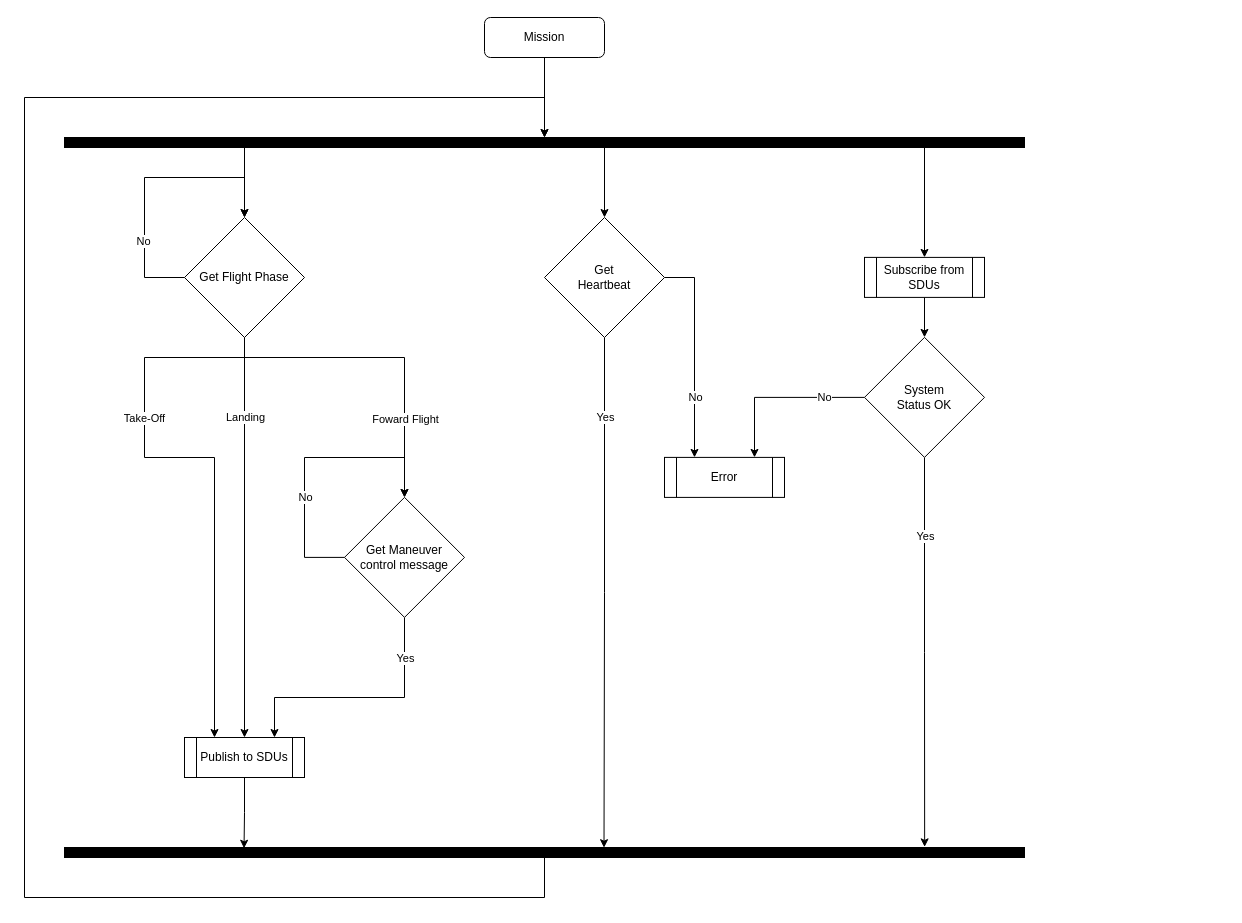
The draw.io diagram page "MDU_MISSION" (4 of 11) of MESCC/2nd_year/2nd_semester/system_diagram.drawio in carlosrijo9/ISEP, before the edit. Source tidied: cells renumbered, new cells numbered last; positions are measured from the earlier drawing's top-left corner, leaving out a move shared by most shapes. Both pictures are drawn from the tidied source at 100%, with x=0, y=0 at pixel (24, 17).
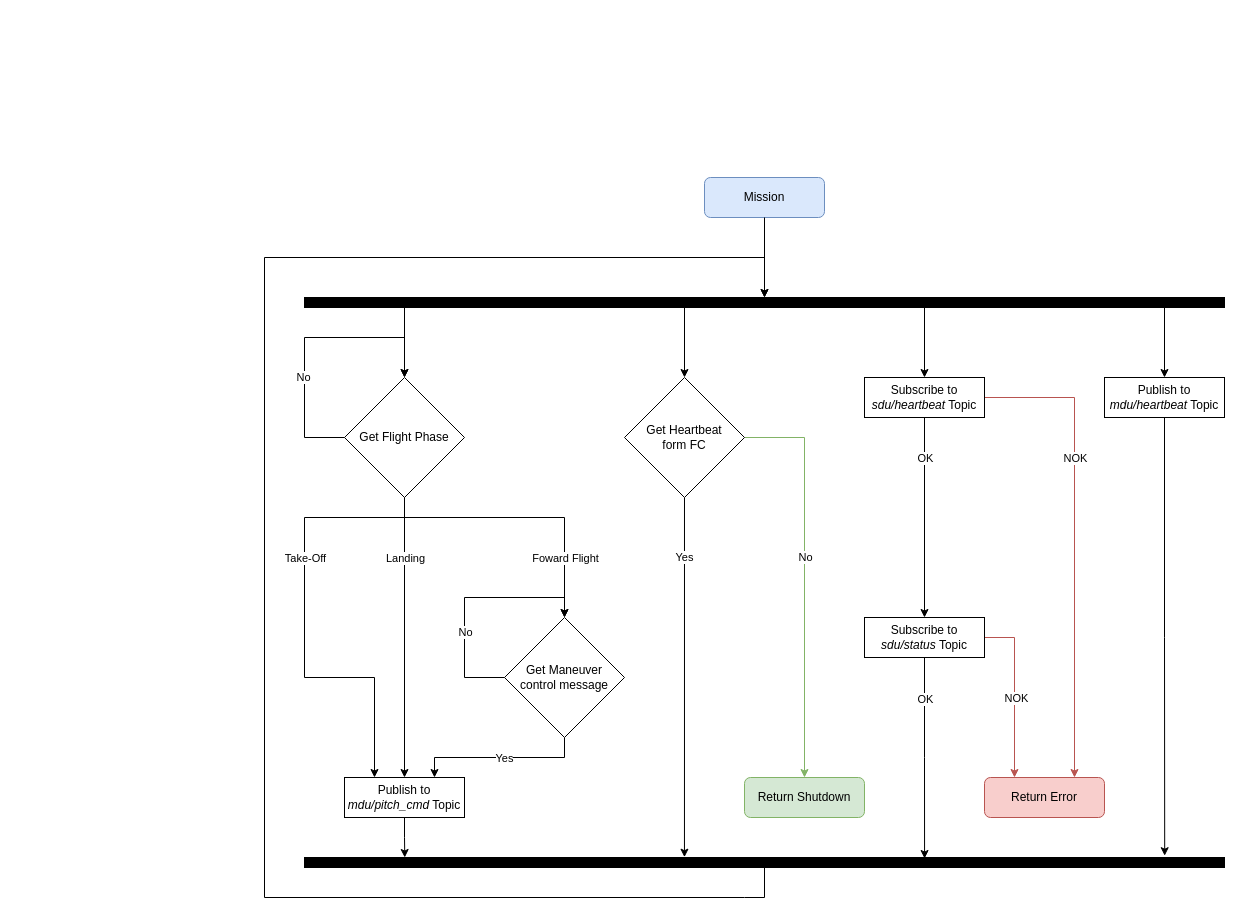
The same page after the edit.

The edit, as a diff of the source:
```diff
@@
-    <mxCell id="2" style="edgeStyle=orthogonalEdgeStyle;rounded=0;jettySize=auto;html=1;entryX=0.5;entryY=0;entryDx=0;entryDy=0;" parent="1" edge="1" source="8" target="16">
+    <mxCell id="2" style="edgeStyle=orthogonalEdgeStyle;rounded=0;jettySize=auto;html=1;entryX=0.5;entryY=0;entryDx=0;entryDy=0;" parent="1" edge="1" source="8" target="52">
       <mxGeometry relative="1" as="geometry" />
     </mxCell>
     <mxCell id="3" value="Landing" style="edgeLabel;html=1;align=center;verticalAlign=middle;" parent="2" vertex="1">
       <mxGeometry x="0.24" y="-1" relative="1" as="geometry">
-        <mxPoint x="1" y="-169" as="offset" />
+        <mxPoint x="1" y="-114" as="offset" />
       </mxGeometry>
     </mxCell>
-    <mxCell id="4" style="edgeStyle=orthogonalEdgeStyle;rounded=0;jettySize=auto;html=1;exitX=0.5;exitY=1;exitDx=0;exitDy=0;entryX=0.25;entryY=0;entryDx=0;entryDy=0;" parent="1" edge="1" source="8" target="16">
+    <mxCell id="4" style="edgeStyle=orthogonalEdgeStyle;rounded=0;jettySize=auto;html=1;exitX=0.5;exitY=1;exitDx=0;exitDy=0;entryX=0.25;entryY=0;entryDx=0;entryDy=0;" parent="1" edge="1" source="8" target="52">
       <mxGeometry relative="1" as="geometry">
         <Array as="points">
-          <mxPoint x="220" y="340" />
-          <mxPoint x="120" y="340" />
-          <mxPoint x="120" y="440" />
-          <mxPoint x="190" y="440" />
+          <mxPoint x="380" y="500" />
+          <mxPoint x="280" y="500" />
+          <mxPoint x="280" y="660" />
+          <mxPoint x="350" y="660" />
         </Array>
       </mxGeometry>
     </mxCell>
     <mxCell id="5" value="Take-Off" style="edgeLabel;html=1;align=center;verticalAlign=middle;" parent="4" vertex="1">
       <mxGeometry x="0.83" y="1" relative="1" as="geometry">
-        <mxPoint x="-71" y="-272" as="offset" />
+        <mxPoint x="-71" y="-182" as="offset" />
       </mxGeometry>
     </mxCell>
     <mxCell id="6" style="edgeStyle=orthogonalEdgeStyle;rounded=0;jettySize=auto;html=1;exitX=0.5;exitY=1;exitDx=0;exitDy=0;entryX=0.5;entryY=0;entryDx=0;entryDy=0;" parent="1" edge="1" source="8" target="11">
       <mxGeometry relative="1" as="geometry">
         <Array as="points">
-          <mxPoint x="220" y="340" />
-          <mxPoint x="380" y="340" />
+          <mxPoint x="380" y="500" />
+          <mxPoint x="540" y="500" />
         </Array>
       </mxGeometry>
     </mxCell>
     <mxCell id="7" value="Foward Flight" style="edgeLabel;html=1;align=center;verticalAlign=middle;" parent="6" vertex="1">
       <mxGeometry x="0.8" y="1" relative="1" as="geometry">
-        <mxPoint x="-1" y="-47" as="offset" />
+        <mxPoint x="-1" y="-32" as="offset" />
       </mxGeometry>
     </mxCell>
     <mxCell id="8" value="Get Flight Phase" style="rhombus;whiteSpace=wrap;html=1;" parent="1" vertex="1">
-      <mxGeometry x="160" y="200" width="120" height="120" as="geometry" />
+      <mxGeometry x="320" y="360" width="120" height="120" as="geometry" />
     </mxCell>
-    <mxCell id="9" style="edgeStyle=orthogonalEdgeStyle;rounded=0;jettySize=auto;html=1;entryX=0.75;entryY=0;entryDx=0;entryDy=0;exitX=0.5;exitY=1;exitDx=0;exitDy=0;" parent="1" edge="1" source="11" target="16">
+    <mxCell id="9" style="edgeStyle=orthogonalEdgeStyle;rounded=0;jettySize=auto;html=1;entryX=0.75;entryY=0;entryDx=0;entryDy=0;exitX=0.5;exitY=1;exitDx=0;exitDy=0;" parent="1" edge="1" source="11" target="52">
       <mxGeometry relative="1" as="geometry">
         <Array as="points">
-          <mxPoint x="380" y="680" />
-          <mxPoint x="250" y="680" />
+          <mxPoint x="540" y="740" />
+          <mxPoint x="410" y="740" />
         </Array>
       </mxGeometry>
     </mxCell>
     <mxCell id="10" value="Yes" style="edgeLabel;html=1;align=center;verticalAlign=middle;" parent="9" vertex="1">
       <mxGeometry x="0.23" relative="1" as="geometry">
-        <mxPoint x="74" y="-40" as="offset" />
+        <mxPoint x="24" as="offset" />
       </mxGeometry>
     </mxCell>
     <mxCell id="11" value="&lt;div&gt;Get Maneuver&lt;/div&gt;&lt;div&gt;control message&lt;/div&gt;" style="rhombus;whiteSpace=wrap;html=1;" parent="1" vertex="1">
-      <mxGeometry x="320" y="479.9" width="120" height="120" as="geometry" />
+      <mxGeometry x="480" y="600" width="120" height="120" as="geometry" />
     </mxCell>
     <mxCell id="12" style="edgeStyle=orthogonalEdgeStyle;rounded=0;orthogonalLoop=1;jettySize=auto;html=1;exitX=0;exitY=0.5;exitDx=0;exitDy=0;entryX=0.5;entryY=0;entryDx=0;entryDy=0;" parent="1" edge="1" source="11" target="11">
       <mxGeometry relative="1" as="geometry">
         <Array as="points">
-          <mxPoint x="280" y="540" />
-          <mxPoint x="280" y="440" />
-          <mxPoint x="380" y="440" />
+          <mxPoint x="440" y="660" />
+          <mxPoint x="440" y="580" />
+          <mxPoint x="540" y="580" />
         </Array>
       </mxGeometry>
     </mxCell>
@@
     <mxCell id="14" style="edgeStyle=orthogonalEdgeStyle;rounded=0;orthogonalLoop=1;jettySize=auto;html=1;exitX=0;exitY=0.5;exitDx=0;exitDy=0;entryX=0.5;entryY=0;entryDx=0;entryDy=0;" parent="1" edge="1" source="8" target="8">
       <mxGeometry relative="1" as="geometry">
         <Array as="points">
-          <mxPoint x="120" y="260" />
-          <mxPoint x="120" y="160" />
-          <mxPoint x="220" y="160" />
+          <mxPoint x="280" y="420" />
+          <mxPoint x="280" y="320" />
+          <mxPoint x="380" y="320" />
         </Array>
       </mxGeometry>
     </mxCell>
     <mxCell id="15" value="No" style="edgeLabel;html=1;align=center;verticalAlign=middle;" parent="14" vertex="1">
-      <mxGeometry x="-0.45" y="2" relative="1" as="geometry" />
+      <mxGeometry x="-0.45" y="2" relative="1" as="geometry">
+        <mxPoint y="-24" as="offset" />
+      </mxGeometry>
     </mxCell>
-    <mxCell id="16" value="Publish to SDUs" style="shape=process;whiteSpace=wrap;html=1;backgroundOutline=1;" parent="1" vertex="1">
-      <mxGeometry x="160" y="720" width="120" height="40" as="geometry" />
-    </mxCell>
-    <mxCell id="17" style="edgeStyle=orthogonalEdgeStyle;rounded=0;jettySize=auto;html=1;" parent="1" edge="1" source="18" target="31">
-      <mxGeometry relative="1" as="geometry" />
-    </mxCell>
-    <mxCell id="18" value="Subscribe from SDUs" style="shape=process;whiteSpace=wrap;html=1;backgroundOutline=1;" parent="1" vertex="1">
-      <mxGeometry x="840" y="239.9" width="120" height="40" as="geometry" />
-    </mxCell>
-    <mxCell id="19" value="Mission" style="rounded=1;whiteSpace=wrap;html=1;" parent="1" vertex="1">
-      <mxGeometry x="460" width="120" height="40" as="geometry" />
+    <mxCell id="19" value="Mission" style="rounded=1;whiteSpace=wrap;html=1;fillColor=#dae8fc;strokeColor=#6c8ebf;" parent="1" vertex="1">
+      <mxGeometry x="680" y="160" width="120" height="40" as="geometry" />
     </mxCell>
@@
-    <mxCell id="21" style="edgeStyle=orthogonalEdgeStyle;rounded=0;jettySize=auto;html=1;exitX=0.25;exitY=1;exitDx=0;exitDy=0;entryX=0.5;entryY=0;entryDx=0;entryDy=0;" parent="1" edge="1" source="24" target="8">
+    <mxCell id="21" style="edgeStyle=orthogonalEdgeStyle;rounded=0;jettySize=auto;html=1;exitX=0.2;exitY=1;exitDx=0;exitDy=0;entryX=0.5;entryY=0;entryDx=0;entryDy=0;exitPerimeter=0;" parent="1" edge="1" source="24" target="8">
       <mxGeometry relative="1" as="geometry">
         <Array as="points">
-          <mxPoint x="220" y="130" />
+          <mxPoint x="380" y="290" />
         </Array>
       </mxGeometry>
     </mxCell>
-    <mxCell id="22" style="edgeStyle=orthogonalEdgeStyle;rounded=0;jettySize=auto;html=1;exitX=0.75;exitY=0;exitDx=0;exitDy=0;entryX=0.5;entryY=0;entryDx=0;entryDy=0;" parent="1" edge="1" source="24" target="18">
+    <mxCell id="22" style="edgeStyle=orthogonalEdgeStyle;rounded=0;jettySize=auto;html=1;exitX=0.6;exitY=1;exitDx=0;exitDy=0;entryX=0.5;entryY=0;entryDx=0;entryDy=0;exitPerimeter=0;" parent="1" edge="1" source="24" target="44">
       <mxGeometry relative="1" as="geometry">
         <Array as="points">
-          <mxPoint x="730" y="130" />
-          <mxPoint x="900" y="130" />
+          <mxPoint x="900" y="290" />
         </Array>
       </mxGeometry>
     </mxCell>
-    <mxCell id="23" style="edgeStyle=orthogonalEdgeStyle;rounded=0;jettySize=auto;html=1;entryX=0.5;entryY=0;entryDx=0;entryDy=0;exitX=0.5;exitY=1;exitDx=0;exitDy=0;" parent="1" edge="1" source="24" target="37">
+    <mxCell id="23" style="edgeStyle=orthogonalEdgeStyle;rounded=0;jettySize=auto;html=1;entryX=0.5;entryY=0;entryDx=0;entryDy=0;exitX=0.4;exitY=1;exitDx=0;exitDy=0;exitPerimeter=0;" parent="1" edge="1" source="24" target="37">
       <mxGeometry relative="1" as="geometry">
         <Array as="points">
-          <mxPoint x="580" y="130" />
+          <mxPoint x="660" y="290" />
         </Array>
       </mxGeometry>
     </mxCell>
+    <mxCell id="39" style="edgeStyle=orthogonalEdgeStyle;rounded=0;jettySize=auto;html=1;exitX=0.8;exitY=1;exitDx=0;exitDy=0;exitPerimeter=0;entryX=0.5;entryY=0;entryDx=0;entryDy=0;" parent="1" edge="1" source="24" target="50">
+      <mxGeometry relative="1" as="geometry">
+        <Array as="points">
+          <mxPoint x="1140" y="290" />
+        </Array>
+      </mxGeometry>
+    </mxCell>
-    <mxCell id="24" style="rounded=0;whiteSpace=wrap;html=1;fillColor=#000000;" parent="1" vertex="1">
-      <mxGeometry x="40" y="120" width="960" height="10" as="geometry" />
+    <mxCell id="24" style="rounded=0;whiteSpace=wrap;html=1;fillColor=#000000;points=[[0,0,0,0,0],[0,0.25,0,0,0],[0,0.5,0,0,0],[0.2,1,0,0,0],[0.25,0,0,0,0],[0.4,1,0,0,0],[0.5,0,0,0,0],[0.6,1,0,0,0],[0.75,0,0,0,0],[0.8,1,0,0,0],[1,0,0,0,0],[1,0.25,0,0,0],[1,0.5,0,0,0]];" parent="1" vertex="1">
+      <mxGeometry x="280" y="280" width="920" height="10" as="geometry" />
     </mxCell>
     <mxCell id="25" style="edgeStyle=orthogonalEdgeStyle;rounded=0;jettySize=auto;html=1;exitX=0.5;exitY=1;exitDx=0;exitDy=0;entryX=0.5;entryY=0;entryDx=0;entryDy=0;" parent="1" edge="1" source="26" target="24">
       <mxGeometry relative="1" as="geometry">
         <Array as="points">
-          <mxPoint x="520" y="880" />
-          <mxPoint y="880" />
-          <mxPoint y="80" />
-          <mxPoint x="520" y="80" />
+          <mxPoint x="720" y="880" />
+          <mxPoint x="240" y="880" />
+          <mxPoint x="240" y="240" />
+          <mxPoint x="720" y="240" />
         </Array>
       </mxGeometry>
     </mxCell>
-    <mxCell id="26" style="rounded=0;whiteSpace=wrap;html=1;fillColor=#000000;" parent="1" vertex="1">
-      <mxGeometry x="40" y="830" width="960" height="10" as="geometry" />
+    <mxCell id="26" style="rounded=0;whiteSpace=wrap;html=1;fillColor=#000000;points=[[0.2,0,0,0,0],[0.4,0,0,0,0],[0.6,0,0,0,0],[0.8,0,0,0,0]];" parent="1" vertex="1">
+      <mxGeometry x="280" y="840" width="920" height="10" as="geometry" />
     </mxCell>
-    <mxCell id="27" style="edgeStyle=orthogonalEdgeStyle;rounded=0;jettySize=auto;html=1;exitX=0;exitY=0.5;exitDx=0;exitDy=0;entryX=0.75;entryY=0;entryDx=0;entryDy=0;" parent="1" edge="1" source="31" target="32">
+    <mxCell id="27" style="edgeStyle=orthogonalEdgeStyle;rounded=0;jettySize=auto;html=1;exitX=1;exitY=0.5;exitDx=0;exitDy=0;entryX=0.75;entryY=0;entryDx=0;entryDy=0;fillColor=#f8cecc;strokeColor=#b85450;" parent="1" edge="1" source="44" target="43">
       <mxGeometry relative="1" as="geometry" />
     </mxCell>
-    <mxCell id="28" value="No" style="edgeLabel;html=1;align=center;verticalAlign=middle;" parent="27" vertex="1">
+    <mxCell id="28" value="NOK" style="edgeLabel;html=1;align=center;verticalAlign=middle;" parent="27" vertex="1">
       <mxGeometry x="-0.25" y="1" relative="1" as="geometry">
-        <mxPoint x="23" y="-1" as="offset" />
+        <mxPoint x="-1" y="-26" as="offset" />
       </mxGeometry>
     </mxCell>
-    <mxCell id="29" style="edgeStyle=orthogonalEdgeStyle;rounded=0;jettySize=auto;html=1;entryX=0.896;entryY=-0.065;entryDx=0;entryDy=0;entryPerimeter=0;" parent="1" edge="1" source="31" target="26">
+    <mxCell id="29" style="edgeStyle=orthogonalEdgeStyle;rounded=0;jettySize=auto;html=1;entryX=0.674;entryY=0.1;entryDx=0;entryDy=0;entryPerimeter=0;exitX=0.5;exitY=1;exitDx=0;exitDy=0;" parent="1" edge="1" source="49" target="26">
       <mxGeometry relative="1" as="geometry" />
     </mxCell>
-    <mxCell id="30" value="Yes" style="edgeLabel;html=1;align=center;verticalAlign=middle;" parent="29" vertex="1">
-      <mxGeometry x="-0.01" y="1" relative="1" as="geometry">
-        <mxPoint x="-1" y="-114" as="offset" />
-      </mxGeometry>
-    </mxCell>
-    <mxCell id="31" value="&lt;div&gt;System&lt;/div&gt;&lt;div&gt;Status OK&lt;/div&gt;" style="rhombus;whiteSpace=wrap;html=1;" parent="1" vertex="1">
-      <mxGeometry x="840" y="319.9" width="120" height="120" as="geometry" />
-    </mxCell>
-    <mxCell id="32" value="Error" style="shape=process;whiteSpace=wrap;html=1;backgroundOutline=1;" parent="1" vertex="1">
-      <mxGeometry x="640" y="439.9" width="120" height="40" as="geometry" />
-    </mxCell>
+    <mxCell id="40" value="OK" style="edgeLabel;html=1;align=center;verticalAlign=middle;" parent="29" vertex="1">
+      <mxGeometry x="-0.59" y="3" relative="1" as="geometry">
+        <mxPoint x="-3" as="offset" />
+      </mxGeometry>
+    </mxCell>
-    <mxCell id="33" style="edgeStyle=orthogonalEdgeStyle;rounded=0;jettySize=auto;html=1;exitX=0.5;exitY=1;exitDx=0;exitDy=0;entryX=0.562;entryY=0.022;entryDx=0;entryDy=0;entryPerimeter=0;" parent="1" edge="1" source="37" target="26">
+    <mxCell id="33" style="edgeStyle=orthogonalEdgeStyle;rounded=0;jettySize=auto;html=1;exitX=0.5;exitY=1;exitDx=0;exitDy=0;entryX=0.413;entryY=-0.033;entryDx=0;entryDy=0;entryPerimeter=0;" parent="1" edge="1" source="37" target="26">
       <mxGeometry relative="1" as="geometry" />
     </mxCell>
-    <mxCell id="34" value="Yes" style="edgeLabel;html=1;align=center;verticalAlign=middle;" parent="33" vertex="1">
-      <mxGeometry x="-0.39" y="-1" relative="1" as="geometry">
-        <mxPoint x="1" y="-77" as="offset" />
-      </mxGeometry>
-    </mxCell>
+    <mxCell id="41" value="Yes" style="edgeLabel;html=1;align=center;verticalAlign=middle;" parent="33" vertex="1">
+      <mxGeometry x="-0.78" relative="1" as="geometry">
+        <mxPoint y="20" as="offset" />
+      </mxGeometry>
+    </mxCell>
-    <mxCell id="35" style="edgeStyle=orthogonalEdgeStyle;rounded=0;jettySize=auto;html=1;exitX=1;exitY=0.5;exitDx=0;exitDy=0;entryX=0.25;entryY=0;entryDx=0;entryDy=0;" parent="1" edge="1" source="37" target="32">
+    <mxCell id="35" style="edgeStyle=orthogonalEdgeStyle;rounded=0;jettySize=auto;html=1;exitX=1;exitY=0.5;exitDx=0;exitDy=0;entryX=0.5;entryY=0;entryDx=0;entryDy=0;fillColor=#d5e8d4;strokeColor=#82b366;" parent="1" edge="1" source="37" target="42">
       <mxGeometry relative="1" as="geometry" />
     </mxCell>
     <mxCell id="36" value="No" style="edgeLabel;html=1;align=center;verticalAlign=middle;" parent="35" vertex="1">
       <mxGeometry x="0.41" y="1" relative="1" as="geometry">
-        <mxPoint x="-1" y="1" as="offset" />
+        <mxPoint x="-1" y="-103" as="offset" />
       </mxGeometry>
     </mxCell>
-    <mxCell id="37" value="&lt;div&gt;Get&lt;/div&gt;&lt;div&gt;Heartbeat&lt;/div&gt;" style="rhombus;whiteSpace=wrap;html=1;" parent="1" vertex="1">
-      <mxGeometry x="520" y="200" width="120" height="120" as="geometry" />
+    <mxCell id="37" value="&lt;div&gt;Get&amp;nbsp;&lt;span style=&quot;background-color: initial;&quot;&gt;Heartbeat&lt;/span&gt;&lt;/div&gt;&lt;div&gt;&lt;span style=&quot;background-color: initial;&quot;&gt;form FC&lt;/span&gt;&lt;/div&gt;" style="rhombus;whiteSpace=wrap;html=1;" parent="1" vertex="1">
+      <mxGeometry x="600" y="360" width="120" height="120" as="geometry" />
     </mxCell>
-    <mxCell id="38" style="edgeStyle=orthogonalEdgeStyle;rounded=0;jettySize=auto;html=1;exitX=0.5;exitY=1;exitDx=0;exitDy=0;entryX=0.187;entryY=0.075;entryDx=0;entryDy=0;entryPerimeter=0;" parent="1" edge="1" source="16" target="26">
+    <mxCell id="38" style="edgeStyle=orthogonalEdgeStyle;rounded=0;jettySize=auto;html=1;exitX=0.5;exitY=1;exitDx=0;exitDy=0;entryX=0.109;entryY=0;entryDx=0;entryDy=0;entryPerimeter=0;" parent="1" edge="1" source="52" target="26">
       <mxGeometry relative="1" as="geometry" />
     </mxCell>
+    <mxCell id="42" value="Return Shutdown" style="rounded=1;whiteSpace=wrap;html=1;fillColor=#d5e8d4;strokeColor=#82b366;" parent="1" vertex="1">
+      <mxGeometry x="720" y="760" width="120" height="40" as="geometry" />
+    </mxCell>
+    <mxCell id="43" value="Return Error" style="rounded=1;whiteSpace=wrap;html=1;fillColor=#f8cecc;strokeColor=#b85450;" parent="1" vertex="1">
+      <mxGeometry x="960" y="760" width="120" height="40" as="geometry" />
+    </mxCell>
+    <mxCell id="44" value="Subscribe to &lt;i&gt;sdu/heartbeat&lt;/i&gt; Topic" style="rounded=0;whiteSpace=wrap;html=1;" parent="1" vertex="1">
+      <mxGeometry x="840" y="360" width="120" height="40" as="geometry" />
+    </mxCell>
+    <mxCell id="45" style="edgeStyle=orthogonalEdgeStyle;rounded=0;jettySize=auto;html=1;entryX=0.5;entryY=0;entryDx=0;entryDy=0;exitX=0.5;exitY=1;exitDx=0;exitDy=0;" parent="1" edge="1" source="44" target="49">
+      <mxGeometry relative="1" as="geometry" />
+    </mxCell>
+    <mxCell id="46" value="OK" style="edgeLabel;html=1;align=center;verticalAlign=middle;" parent="45" vertex="1">
+      <mxGeometry x="-0.47" y="1" relative="1" as="geometry">
+        <mxPoint x="-1" y="-13" as="offset" />
+      </mxGeometry>
+    </mxCell>
+    <mxCell id="47" style="edgeStyle=orthogonalEdgeStyle;rounded=0;jettySize=auto;html=1;exitX=1;exitY=0.5;exitDx=0;exitDy=0;entryX=0.25;entryY=0;entryDx=0;entryDy=0;fillColor=#f8cecc;strokeColor=#b85450;" parent="1" edge="1" source="49" target="43">
+      <mxGeometry relative="1" as="geometry" />
+    </mxCell>
+    <mxCell id="48" value="NOK" style="edgeLabel;html=1;align=center;verticalAlign=middle;" parent="47" vertex="1">
+      <mxGeometry x="-0.71" y="-1" relative="1" as="geometry">
+        <mxPoint x="6" y="59" as="offset" />
+      </mxGeometry>
+    </mxCell>
+    <mxCell id="49" value="Subscribe to &lt;i&gt;sdu/status&lt;/i&gt; Topic" style="rounded=0;whiteSpace=wrap;html=1;" parent="1" vertex="1">
+      <mxGeometry x="840" y="600" width="120" height="40" as="geometry" />
+    </mxCell>
+    <mxCell id="50" value="Publish to &lt;i&gt;mdu/heartbeat&lt;/i&gt; Topic" style="rounded=0;whiteSpace=wrap;html=1;" parent="1" vertex="1">
+      <mxGeometry x="1080" y="360" width="120" height="40" as="geometry" />
+    </mxCell>
+    <mxCell id="51" style="edgeStyle=orthogonalEdgeStyle;rounded=0;jettySize=auto;html=1;exitX=0.5;exitY=1;exitDx=0;exitDy=0;entryX=0.935;entryY=-0.18;entryDx=0;entryDy=0;entryPerimeter=0;" parent="1" edge="1" source="50" target="26">
+      <mxGeometry relative="1" as="geometry" />
+    </mxCell>
+    <mxCell id="52" value="Publish to &lt;i&gt;mdu/pitch_cmd&lt;/i&gt; Topic" style="rounded=0;whiteSpace=wrap;html=1;" parent="1" vertex="1">
+      <mxGeometry x="320" y="760" width="120" height="40" as="geometry" />
+    </mxCell>
```
